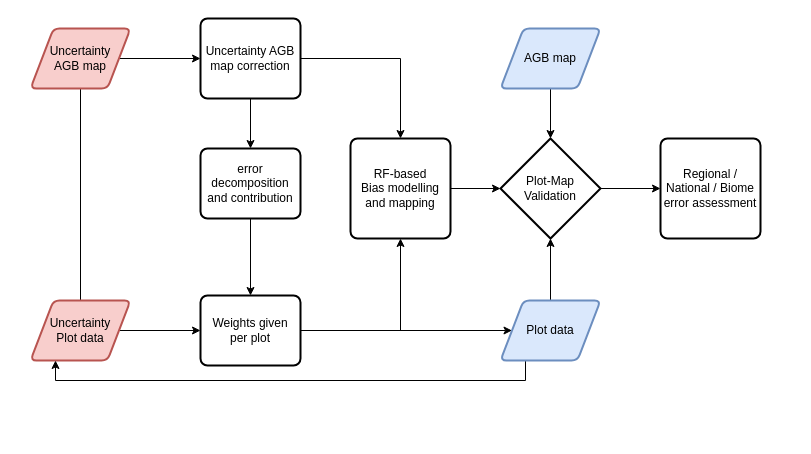
Above: Untitled Diagram.drawio in arnanaraza/diagrams (draw.io), before the change. Source tidied: cells renumbered, new cells numbered last; positions are measured from the earlier drawing's top-left corner, leaving out a move shared by most shapes. Both pictures are drawn from the tidied source at 100%, with x=0, y=0 at pixel (30, 18).
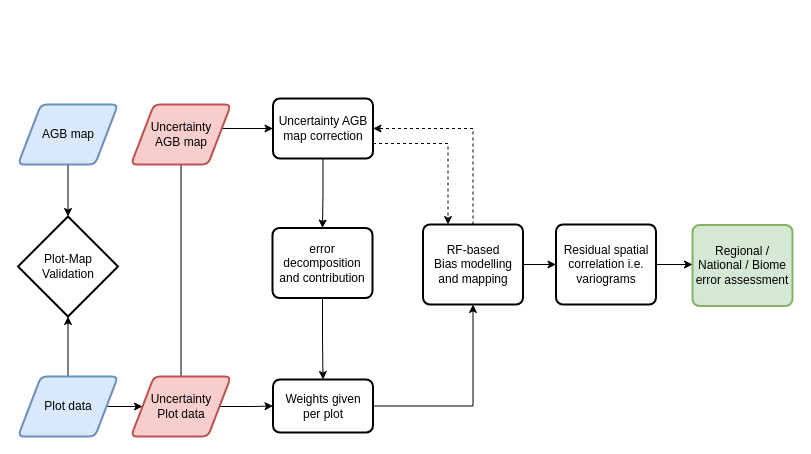
After the change.

The edit, as a diff of the source:
```diff
@@
     <mxCell id="4" value="Uncertainty&lt;br&gt;Plot data" style="shape=parallelogram;html=1;strokeWidth=2;perimeter=parallelogramPerimeter;whiteSpace=wrap;rounded=1;arcSize=12;size=0.23;fillColor=#f8cecc;strokeColor=#b85450;" parent="1" vertex="1">
-      <mxGeometry y="282" width="100" height="60" as="geometry" />
+      <mxGeometry x="100.5" y="358" width="100" height="60" as="geometry" />
     </mxCell>
@@
-    <mxCell id="6" style="edgeStyle=orthogonalEdgeStyle;rounded=0;jettySize=auto;html=1;exitX=1;exitY=0.5;exitDx=0;exitDy=0;entryX=0;entryY=0.5;entryDx=0;entryDy=0;" parent="1" edge="1" source="7" target="20">
-      <mxGeometry relative="1" as="geometry" />
-    </mxCell>
     <mxCell id="7" value="Weights given &lt;br&gt;per plot" style="rounded=1;whiteSpace=wrap;html=1;absoluteArcSize=1;arcSize=14;strokeWidth=2;" parent="1" vertex="1">
-      <mxGeometry x="170" y="277" width="100" height="70" as="geometry" />
+      <mxGeometry x="242.5" y="361" width="100" height="53" as="geometry" />
     </mxCell>
@@
-    <mxCell id="9" style="edgeStyle=orthogonalEdgeStyle;rounded=0;jettySize=auto;html=1;exitX=1;exitY=0.5;exitDx=0;exitDy=0;entryX=0.5;entryY=0;entryDx=0;entryDy=0;" parent="1" edge="1" source="10" target="14">
+    <mxCell id="9" style="edgeStyle=orthogonalEdgeStyle;rounded=0;jettySize=auto;html=1;exitX=1;exitY=0.75;exitDx=0;exitDy=0;entryX=0.25;entryY=0;entryDx=0;entryDy=0;dashed=1;" parent="1" edge="1" source="10" target="14">
       <mxGeometry relative="1" as="geometry" />
     </mxCell>
     <mxCell id="10" value="Uncertainty AGB map correction" style="rounded=1;whiteSpace=wrap;html=1;absoluteArcSize=1;arcSize=14;strokeWidth=2;" parent="1" vertex="1">
-      <mxGeometry x="170" width="100" height="80" as="geometry" />
+      <mxGeometry x="242.5" y="80" width="100" height="60" as="geometry" />
     </mxCell>
@@
     <mxCell id="12" value="error decomposition and contribution" style="rounded=1;whiteSpace=wrap;html=1;absoluteArcSize=1;arcSize=14;strokeWidth=2;" parent="1" vertex="1">
-      <mxGeometry x="170" y="130" width="100" height="70" as="geometry" />
+      <mxGeometry x="242" y="209.5" width="100" height="70" as="geometry" />
     </mxCell>
-    <mxCell id="13" style="edgeStyle=orthogonalEdgeStyle;rounded=0;jettySize=auto;html=1;exitX=1;exitY=0.5;exitDx=0;exitDy=0;entryX=0;entryY=0.5;entryDx=0;entryDy=0;entryPerimeter=0;" parent="1" edge="1" source="14" target="22">
-      <mxGeometry relative="1" as="geometry" />
-    </mxCell>
+    <mxCell id="24" style="edgeStyle=orthogonalEdgeStyle;rounded=0;jettySize=auto;html=1;exitX=0.5;exitY=0;exitDx=0;exitDy=0;entryX=1;entryY=0.5;entryDx=0;entryDy=0;dashed=1;" parent="1" edge="1" source="14" target="10">
+      <mxGeometry relative="1" as="geometry" />
+    </mxCell>
+    <mxCell id="25" style="edgeStyle=orthogonalEdgeStyle;rounded=0;jettySize=auto;html=1;exitX=1;exitY=0.5;exitDx=0;exitDy=0;entryX=0;entryY=0.5;entryDx=0;entryDy=0;" parent="1" edge="1" source="14" target="27">
+      <mxGeometry relative="1" as="geometry" />
+    </mxCell>
     <mxCell id="14" value="RF-based &lt;br&gt;Bias modelling and mapping" style="rounded=1;whiteSpace=wrap;html=1;absoluteArcSize=1;arcSize=14;strokeWidth=2;" parent="1" vertex="1">
-      <mxGeometry x="320" y="120" width="100" height="100" as="geometry" />
+      <mxGeometry x="392.5" y="206" width="100" height="80" as="geometry" />
     </mxCell>
     <mxCell id="15" value="Uncertainty&lt;br&gt;AGB map" style="shape=parallelogram;html=1;strokeWidth=2;perimeter=parallelogramPerimeter;whiteSpace=wrap;rounded=1;arcSize=12;size=0.23;fillColor=#f8cecc;strokeColor=#b85450;" parent="1" vertex="1">
-      <mxGeometry y="10" width="100" height="60" as="geometry" />
+      <mxGeometry x="100.5" y="86" width="100" height="60" as="geometry" />
     </mxCell>
+    <mxCell id="23" value="Regional / National / Biome error assessment" style="rounded=1;whiteSpace=wrap;html=1;absoluteArcSize=1;arcSize=14;strokeWidth=2;fillColor=#d5e8d4;strokeColor=#82b366;" parent="1" vertex="1">
+      <mxGeometry x="662" y="206.5" width="100" height="81" as="geometry" />
+    </mxCell>
@@
     <mxCell id="17" value="AGB map" style="shape=parallelogram;html=1;strokeWidth=2;perimeter=parallelogramPerimeter;whiteSpace=wrap;rounded=1;arcSize=12;size=0.23;fillColor=#dae8fc;strokeColor=#6c8ebf;" parent="1" vertex="1">
-      <mxGeometry x="470" y="10" width="100" height="60" as="geometry" />
+      <mxGeometry x="-12.5" y="86" width="100" height="60" as="geometry" />
     </mxCell>
@@
-    <mxCell id="19" style="edgeStyle=orthogonalEdgeStyle;rounded=0;jettySize=auto;html=1;exitX=0.25;exitY=1;exitDx=0;exitDy=0;entryX=0.25;entryY=1;entryDx=0;entryDy=0;" parent="1" edge="1" source="20" target="4">
+    <mxCell id="19" style="edgeStyle=orthogonalEdgeStyle;rounded=0;jettySize=auto;html=1;exitX=1;exitY=0.5;exitDx=0;exitDy=0;entryX=0;entryY=0.5;entryDx=0;entryDy=0;" parent="1" edge="1" source="20" target="4">
       <mxGeometry relative="1" as="geometry" />
     </mxCell>
     <mxCell id="20" value="Plot data" style="shape=parallelogram;html=1;strokeWidth=2;perimeter=parallelogramPerimeter;whiteSpace=wrap;rounded=1;arcSize=12;size=0.23;fillColor=#dae8fc;strokeColor=#6c8ebf;" parent="1" vertex="1">
-      <mxGeometry x="470" y="282" width="100" height="60" as="geometry" />
+      <mxGeometry x="-12.5" y="358" width="100" height="60" as="geometry" />
     </mxCell>
-    <mxCell id="21" style="edgeStyle=orthogonalEdgeStyle;rounded=0;jettySize=auto;html=1;exitX=1;exitY=0.5;exitDx=0;exitDy=0;exitPerimeter=0;entryX=0;entryY=0.5;entryDx=0;entryDy=0;" parent="1" edge="1" source="22" target="23">
-      <mxGeometry relative="1" as="geometry" />
-    </mxCell>
     <mxCell id="22" value="&lt;span style=&quot;white-space: normal&quot;&gt;Plot-Map&lt;br&gt;Validation&lt;/span&gt;" style="strokeWidth=2;html=1;shape=mxgraph.flowchart.decision;whiteSpace=wrap;" parent="1" vertex="1">
-      <mxGeometry x="470" y="120" width="100" height="100" as="geometry" />
+      <mxGeometry x="-12.5" y="198" width="100" height="100" as="geometry" />
     </mxCell>
-    <mxCell id="23" value="Regional / National / Biome error assessment" style="rounded=1;whiteSpace=wrap;html=1;absoluteArcSize=1;arcSize=14;strokeWidth=2;" parent="1" vertex="1">
-      <mxGeometry x="630" y="120" width="100" height="100" as="geometry" />
-    </mxCell>
+    <mxCell id="26" style="edgeStyle=orthogonalEdgeStyle;rounded=0;jettySize=auto;html=1;exitX=1;exitY=0.5;exitDx=0;exitDy=0;entryX=0;entryY=0.49;entryDx=0;entryDy=0;entryPerimeter=0;" parent="1" edge="1" source="27" target="23">
+      <mxGeometry relative="1" as="geometry" />
+    </mxCell>
+    <mxCell id="27" value="Residual spatial correlation i.e. variograms" style="rounded=1;whiteSpace=wrap;html=1;absoluteArcSize=1;arcSize=14;strokeWidth=2;" parent="1" vertex="1">
+      <mxGeometry x="525.5" y="206" width="100" height="80" as="geometry" />
+    </mxCell>
```
